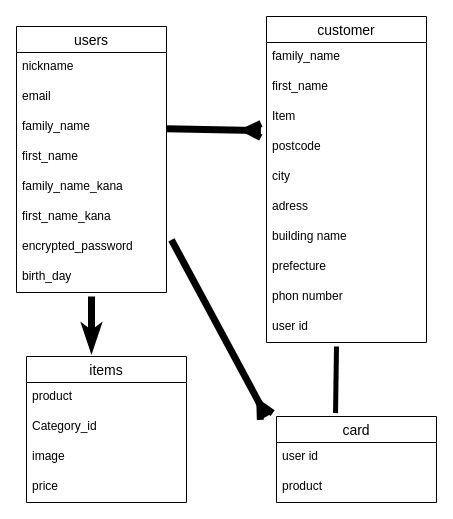
Above: config/readme.dio in tya-suke/furima-38764 (draw.io), before the change. Source tidied: cells renumbered, new cells numbered last; positions are measured from the earlier drawing's top-left corner, leaving out a move shared by most shapes. Both pictures are drawn from the tidied source at 100%, with x=0, y=0 at pixel (16, 16).
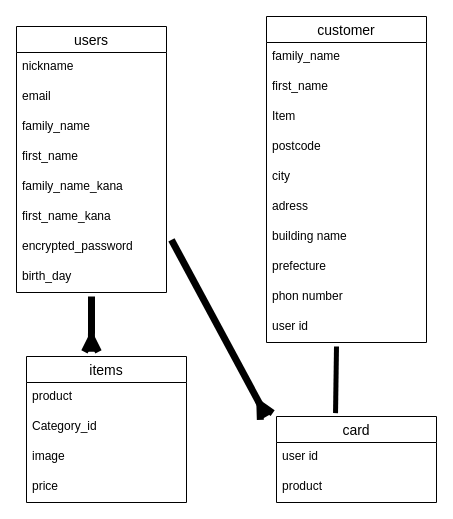
Above is the later version.

Unchanged cells that the change refers to:
```xml
<mxCell id="5" value="family_name " style="text;strokeColor=none;fillColor=none;spacingLeft=4;spacingRight=4;overflow=hidden;points=[[0,0.5],[1,0.5]];portConstraint=eastwest;fontSize=12;" parent="2" vertex="1">
  <mxGeometry y="86" width="150" height="30" as="geometry" />
</mxCell>
<mxCell id="11" value="items" style="swimlane;fontStyle=0;horizontal=1;startSize=26;align=center;fontSize=14;rounded=0;" parent="1" vertex="1">
  <mxGeometry x="10" y="340" width="160" height="146" as="geometry" />
</mxCell>
<mxCell id="20" value="postcode" style="text;strokeColor=none;fillColor=none;spacingLeft=4;spacingRight=4;overflow=hidden;points=[[0,0.5],[1,0.5]];portConstraint=eastwest;fontSize=12;" parent="16" vertex="1">
  <mxGeometry y="116" width="160" height="30" as="geometry" />
</mxCell>
```

Change to the diagram source:
```diff
@@
-    <mxCell id="31" style="edgeStyle=none;html=1;entryX=-0.035;entryY=-0.067;entryDx=0;entryDy=0;entryPerimeter=0;endArrow=ERmany;endFill=0;strokeWidth=7;" parent="1" edge="1" source="5" target="20">
-      <mxGeometry relative="1" as="geometry" />
-    </mxCell>
@@
-    <mxCell id="33" style="edgeStyle=none;html=1;endArrow=classicThin;endFill=1;strokeWidth=7;entryX=0.406;entryY=-0.032;entryDx=0;entryDy=0;entryPerimeter=0;" parent="1" edge="1" target="11">
+    <mxCell id="33" style="edgeStyle=none;html=1;endArrow=ERmany;endFill=0;strokeWidth=7;entryX=0.406;entryY=-0.032;entryDx=0;entryDy=0;entryPerimeter=0;" parent="1" edge="1" target="11">
       <mxGeometry relative="1" as="geometry">
         <mxPoint x="75" y="280" as="sourcePoint" />
       </mxGeometry>
     </mxCell>
```
